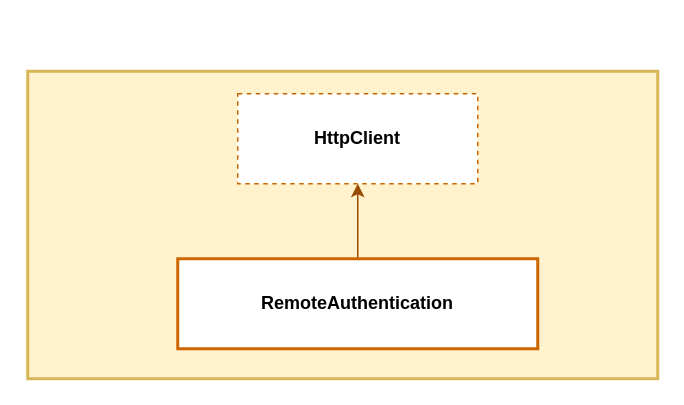
This is diagrams/authentication_use_case.drawio from rrs-sistema/mobile-sales-micros-services, a draw.io file, before an edit. Source tidied: cells renumbered, new cells numbered last; positions are measured from the earlier drawing's top-left corner, leaving out a move shared by most shapes. Both pictures are drawn from the tidied source at 150%, with x=0, y=0 at pixel (27, 70).
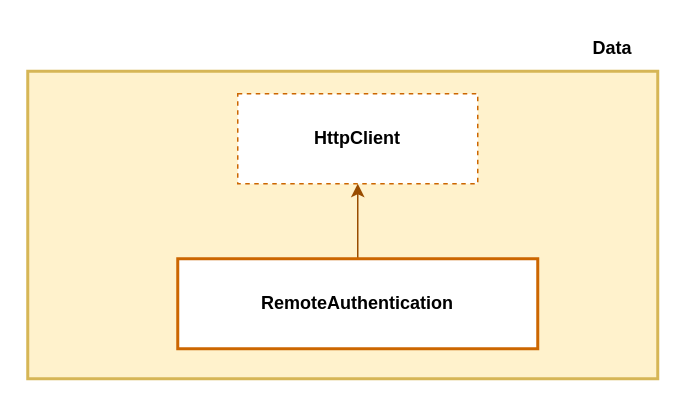
After the change.

What changed in the source:
```diff
@@
 <mxGraphModel>
   <root>
     <mxCell id="0" />
     <mxCell id="1" parent="0" />
     <mxCell id="2" style="rounded=0;whiteSpace=wrap;html=1;fillColor=#fff2cc;strokeColor=#d6b656;strokeWidth=2;" parent="1" vertex="1">
       <mxGeometry width="420" height="205" as="geometry" />
     </mxCell>
     <mxCell id="3" value="&lt;b&gt;HttpClient&lt;/b&gt;" style="rounded=0;whiteSpace=wrap;html=1;strokeColor=#CC6600;strokeWidth=1;fillColor=default;dashed=1;" parent="1" vertex="1">
       <mxGeometry x="140" y="15" width="160" height="60" as="geometry" />
     </mxCell>
     <mxCell id="4" style="edgeStyle=orthogonalEdgeStyle;rounded=0;jettySize=auto;html=1;entryX=0.5;entryY=1;entryDx=0;entryDy=0;strokeColor=#994C00;" parent="1" edge="1" source="5" target="3">
       <mxGeometry relative="1" as="geometry" />
     </mxCell>
     <mxCell id="5" value="&lt;b&gt;RemoteAuthentication&lt;/b&gt;" style="rounded=0;whiteSpace=wrap;html=1;strokeColor=#CC6600;strokeWidth=2;fillColor=default;" parent="1" vertex="1">
       <mxGeometry x="100" y="125" width="240" height="60" as="geometry" />
     </mxCell>
+    <mxCell id="6" value="&lt;b&gt;Data&lt;/b&gt;" style="text;html=1;strokeColor=none;fillColor=none;align=center;verticalAlign=middle;whiteSpace=wrap;rounded=0;dashed=1;" parent="1" vertex="1">
+      <mxGeometry x="360" y="-30" width="60" height="30" as="geometry" />
+    </mxCell>
   </root>
 </mxGraphModel>
```
